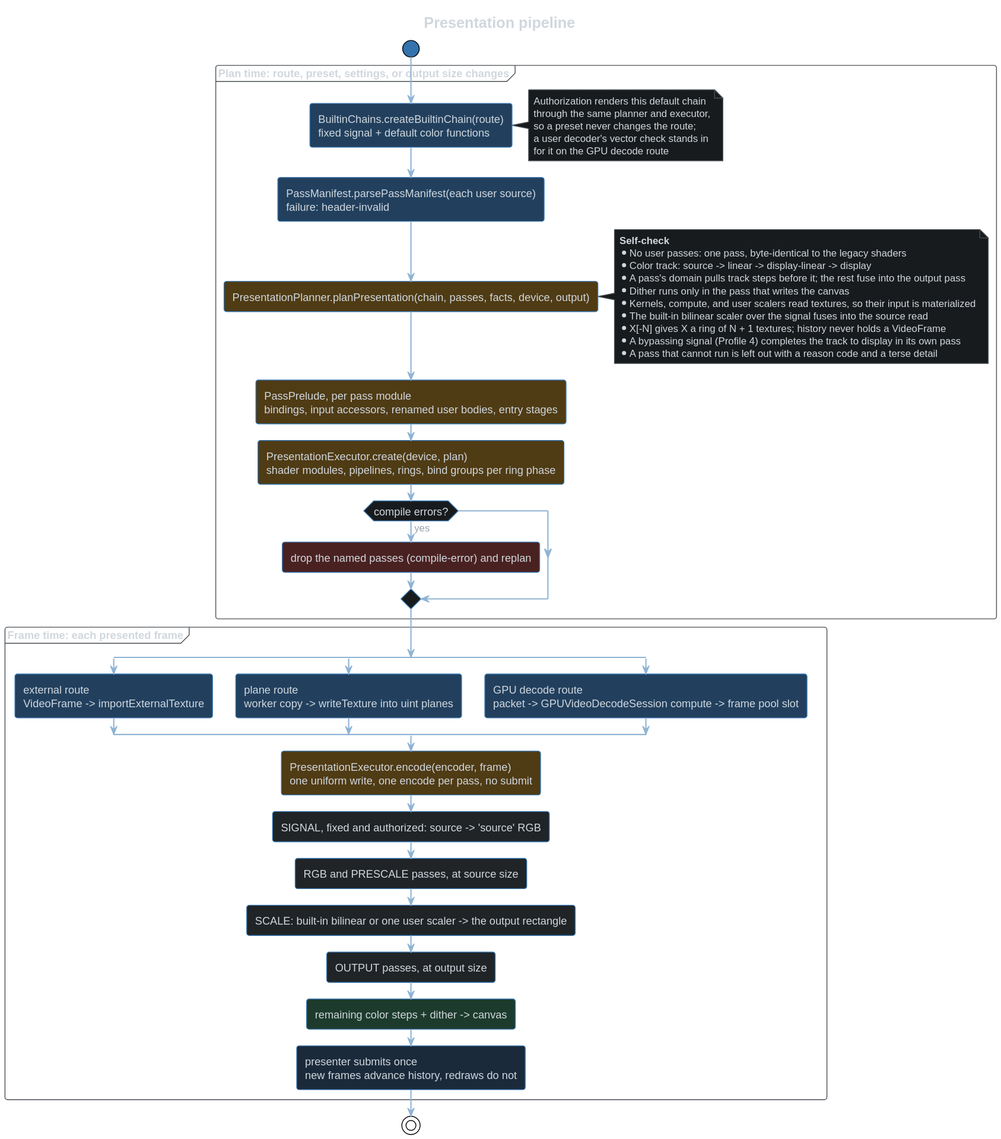
The PlantUML diagram docs/src/diagrams/presentation-pipeline.dark.svg in alchemyyy/WebGPU-Player, before a commit. The source it was exported from:
```plantuml
@startuml
!include diagram-theme.puml
title Presentation pipeline

start

partition "Plan time: route, preset, settings, or output size changes" {
    :BuiltinChains.createBuiltinChain(route)
    fixed signal + default color functions; <<$HL_BLUE>>
    note right
        Authorization renders this default chain
        through the same planner and executor,
        so a preset never changes the route;
        a user decoder's vector check stands in
        for it on the GPU decode route
    end note
    :PassManifest.parsePassManifest(each user source)
    failure: header-invalid; <<$HL_BLUE>>
    :PresentationPlanner.planPresentation(chain, passes, facts, device, output); <<$HL_AMBER>>
    note right
        **Self-check**
        * No user passes: one pass, byte-identical to the legacy shaders
        * Color track: source -> linear -> display-linear -> display
        * A pass's domain pulls track steps before it; the rest fuse into the output pass
        * Dither runs only in the pass that writes the canvas
        * Kernels, compute, and user scalers read textures, so their input is materialized
        * The built-in bilinear scaler over the signal fuses into the source read
        * X[-N] gives X a ring of N + 1 textures; history never holds a VideoFrame
        * A bypassing signal (Profile 4) completes the track to display in its own pass
        * A pass that cannot run is left out with a reason code and a terse detail
    end note
    :PassPrelude, per pass module
    bindings, input accessors, renamed user bodies, entry stages; <<$HL_AMBER>>
    :PresentationExecutor.create(device, plan)
    shader modules, pipelines, rings, bind groups per ring phase; <<$HL_AMBER>>
    if (compile errors?) then (yes)
        :drop the named passes (compile-error) and replan; <<$HL_RED>>
    endif
}

partition "Frame time: each presented frame" {
    split
        :external route
        VideoFrame -> importExternalTexture; <<$HL_BLUE>>
    split again
        :plane route
        worker copy -> writeTexture into uint planes; <<$HL_BLUE>>
    split again
        :GPU decode route
        packet -> GPUVideoDecodeSession compute -> frame pool slot; <<$HL_BLUE>>
    end split
    :PresentationExecutor.encode(encoder, frame)
    one uniform write, one encode per pass, no submit; <<$HL_AMBER>>
    :SIGNAL, fixed and authorized: source -> 'source' RGB;
    :RGB and PRESCALE passes, at source size;
    :SCALE: built-in bilinear or one user scaler -> the output rectangle;
    :OUTPUT passes, at output size;
    :remaining color steps + dither -> canvas; <<$HL_GREEN>>
    :presenter submits once
    new frames advance history, redraws do not; <<$HL_NAVY>>
}

stop
@enduml
```
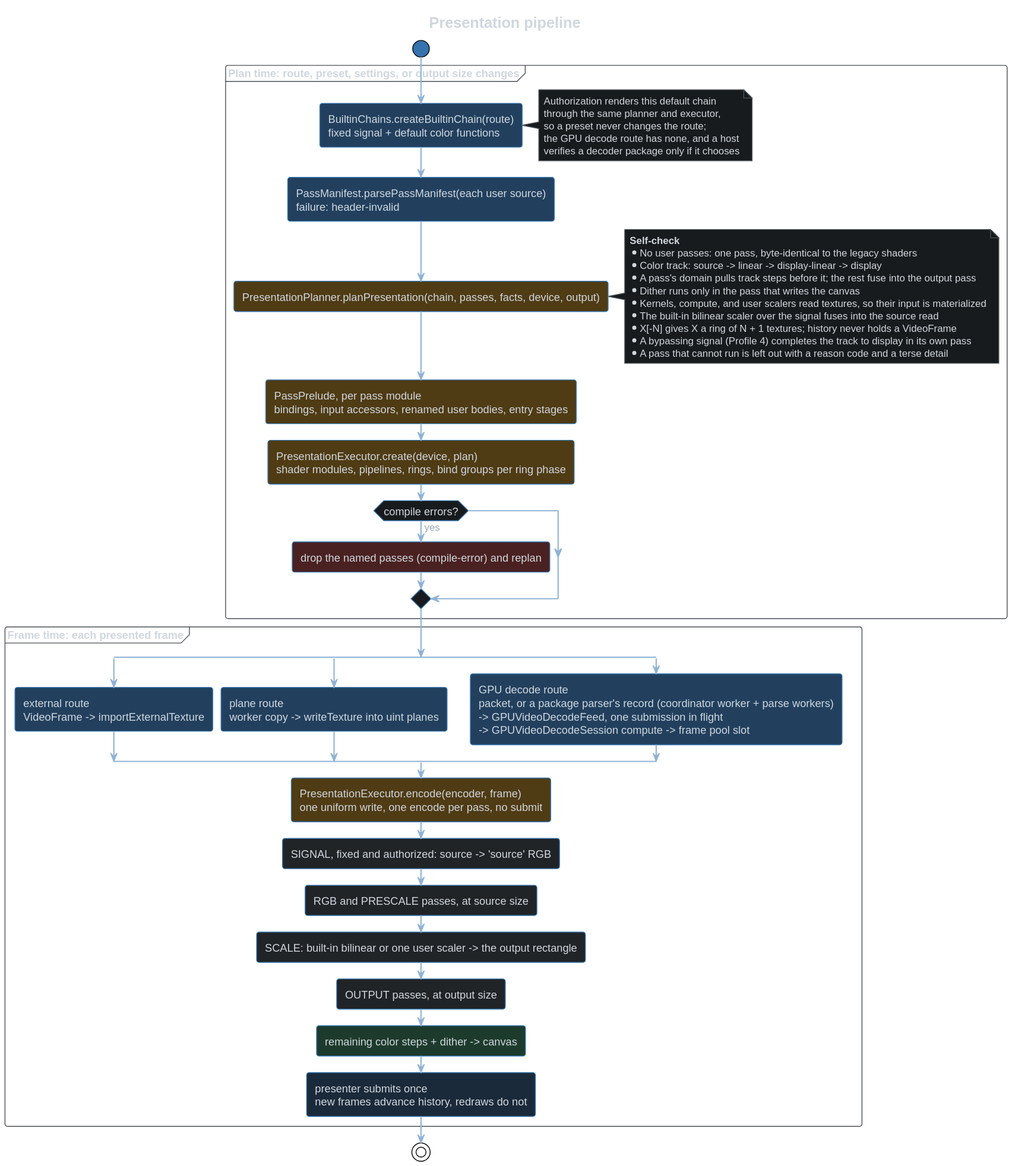
After the change.

What changed in the source:
```diff
@@ -11,8 +11,8 @@
         Authorization renders this default chain
         through the same planner and executor,
         so a preset never changes the route;
-        a user decoder's vector check stands in
-        for it on the GPU decode route
+        the GPU decode route has none, and a host
+        verifies a decoder package only if it chooses
     end note
     :PassManifest.parsePassManifest(each user source)
     failure: header-invalid; <<$HL_BLUE>>
@@ -47,7 +47,9 @@
         worker copy -> writeTexture into uint planes; <<$HL_BLUE>>
     split again
         :GPU decode route
-        packet -> GPUVideoDecodeSession compute -> frame pool slot; <<$HL_BLUE>>
+        packet, or a package parser's record (coordinator worker + parse workers)
+        -> GPUVideoDecodeFeed, one submission in flight
+        -> GPUVideoDecodeSession compute -> frame pool slot; <<$HL_BLUE>>
     end split
     :PresentationExecutor.encode(encoder, frame)
     one uniform write, one encode per pass, no submit; <<$HL_AMBER>>
```
